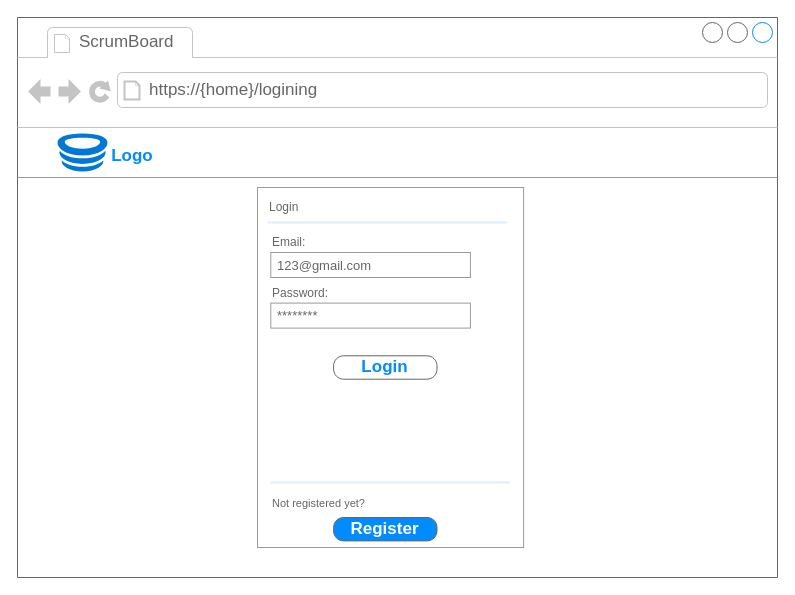
Above: page "Mockup_Login_Page" (4 of 9) of Board_Use_Case_Diagramm.drawio in ololnovolol/ScrumBoardApp (draw.io), before the change. Source tidied: cells renumbered, new cells numbered last; positions are measured from the earlier drawing's top-left corner, leaving out a move shared by most shapes. Both pictures are drawn from the tidied source at 100%, with x=0, y=0 at pixel (17, 17).
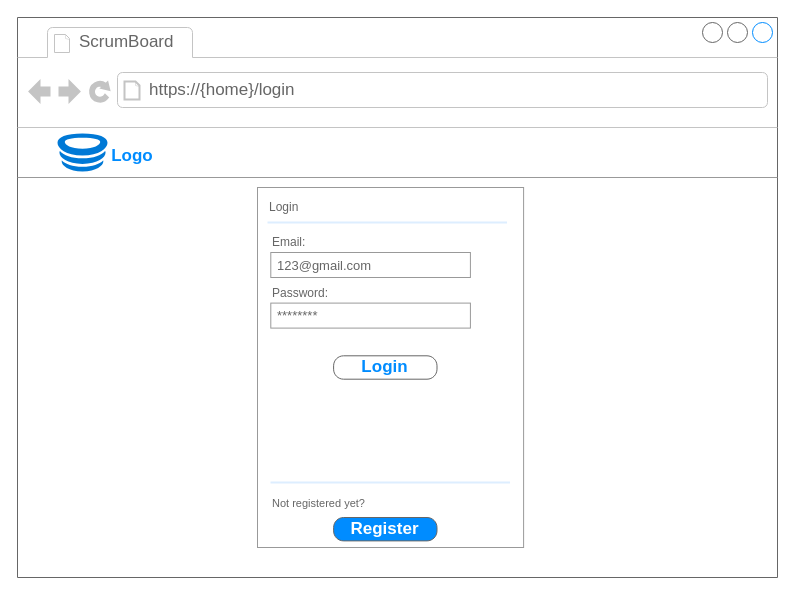
The same diagram, later.

Unchanged cells that the change refers to:
```xml
<mxCell id="2" style="strokeWidth=1;shadow=0;dashed=0;align=center;html=1;shape=mxgraph.mockup.containers.browserWindow;rSize=0;strokeColor=#666666;strokeColor2=#008cff;strokeColor3=#c4c4c4;mainText=,;" parent="1" vertex="1">
  <mxGeometry width="760" height="560" as="geometry" />
</mxCell>
```

Change to the diagram source:
```diff
@@
-    <mxCell id="4" value="https://{home}/logining" style="strokeWidth=1;shadow=0;dashed=0;align=center;html=1;shape=mxgraph.mockup.containers.anchor;rSize=0;fontSize=17;fontColor=#666666;align=left;" parent="2" vertex="1">
+    <mxCell id="4" value="https://{home}/login" style="strokeWidth=1;shadow=0;dashed=0;align=center;html=1;shape=mxgraph.mockup.containers.anchor;rSize=0;fontSize=17;fontColor=#666666;align=left;" parent="2" vertex="1">
       <mxGeometry x="130" y="60" width="250" height="26" as="geometry" />
     </mxCell>
```
